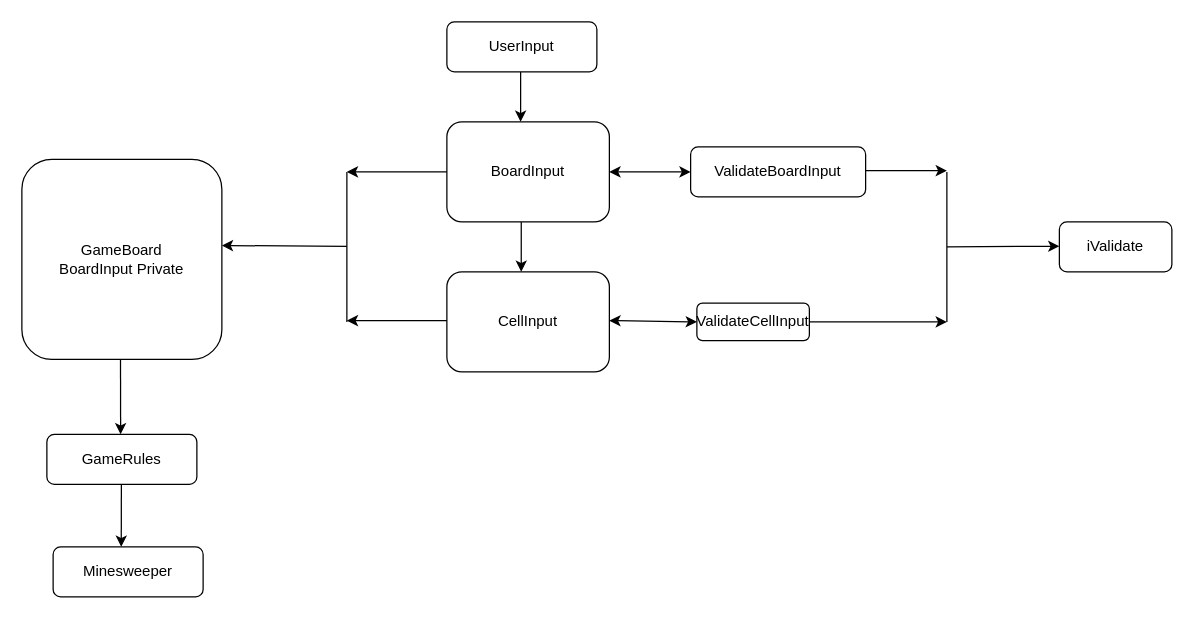
Earlier version of the draw.io diagram RefactoredMinesweeperr.drawio (Sree-Vidhya/MinesweeperSimple). Source tidied: cells renumbered, new cells numbered last; positions are measured from the earlier drawing's top-left corner, leaving out a move shared by most shapes. Both pictures are drawn from the tidied source at 125%, with x=0, y=0 at pixel (21, 21).
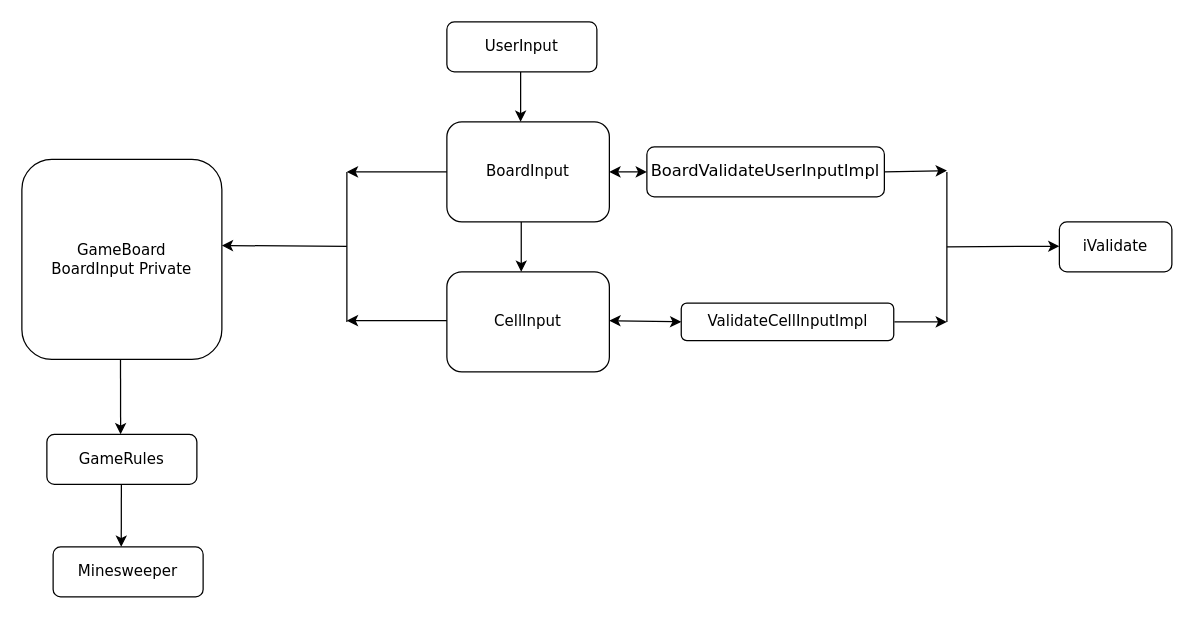
The same diagram, later.

Diff of the diagram source:
```diff
@@
-    <mxCell id="2" value="BoardInput" style="rounded=1;whiteSpace=wrap;html=1;" parent="1" vertex="1">
+    <mxCell id="2" value="&lt;font face=&quot;Verdana&quot;&gt;BoardInput&lt;/font&gt;" style="rounded=1;whiteSpace=wrap;html=1;" parent="1" vertex="1">
       <mxGeometry x="340" y="80" width="130" height="80" as="geometry" />
     </mxCell>
-    <mxCell id="3" value="UserInput" style="rounded=1;whiteSpace=wrap;html=1;" parent="1" vertex="1">
+    <mxCell id="3" value="&lt;font face=&quot;Verdana&quot;&gt;UserInput&lt;/font&gt;" style="rounded=1;whiteSpace=wrap;html=1;" parent="1" vertex="1">
       <mxGeometry x="340" width="120" height="40" as="geometry" />
     </mxCell>
@@
-    <mxCell id="5" value="CellInput" style="rounded=1;whiteSpace=wrap;html=1;" parent="1" vertex="1">
+    <mxCell id="5" value="&lt;font face=&quot;Verdana&quot;&gt;CellInput&lt;/font&gt;" style="rounded=1;whiteSpace=wrap;html=1;" parent="1" vertex="1">
       <mxGeometry x="340" y="200" width="130" height="80" as="geometry" />
     </mxCell>
@@
-    <mxCell id="7" value="iValidate" style="rounded=1;whiteSpace=wrap;html=1;" parent="1" vertex="1">
+    <mxCell id="7" value="&lt;font face=&quot;Verdana&quot;&gt;iValidate&lt;/font&gt;" style="rounded=1;whiteSpace=wrap;html=1;" parent="1" vertex="1">
       <mxGeometry x="830" y="160" width="90" height="40" as="geometry" />
     </mxCell>
-    <mxCell id="8" value="ValidateBoardInput" style="rounded=1;whiteSpace=wrap;html=1;" parent="1" vertex="1">
-      <mxGeometry x="535" y="100" width="140" height="40" as="geometry" />
+    <mxCell id="8" value="&lt;pre style=&quot;background-color: rgb(255 , 255 , 255) ; color: rgb(0 , 0 , 0) ; font-size: 9.8pt&quot;&gt;&lt;font face=&quot;Verdana&quot;&gt;BoardValidateUserInputImpl&lt;/font&gt;&lt;/pre&gt;" style="rounded=1;whiteSpace=wrap;html=1;" parent="1" vertex="1">
+      <mxGeometry x="500" y="100" width="190" height="40" as="geometry" />
     </mxCell>
-    <mxCell id="9" value="ValidateCellInput" style="rounded=1;whiteSpace=wrap;html=1;" parent="1" vertex="1">
-      <mxGeometry x="540" y="225" width="90" height="30" as="geometry" />
+    <mxCell id="9" value="&lt;pre style=&quot;background-color: rgb(255 , 255 , 255) ; color: rgb(0 , 0 , 0) ; font-size: 9pt&quot;&gt;&lt;font face=&quot;Verdana&quot;&gt;ValidateCellInputImpl&lt;/font&gt;&lt;/pre&gt;" style="rounded=1;whiteSpace=wrap;html=1;" parent="1" vertex="1">
+      <mxGeometry x="527.5" y="225" width="170" height="30" as="geometry" />
     </mxCell>
@@
-    <mxCell id="14" style="endArrow=classic;html=1;" parent="1" edge="1">
+    <mxCell id="14" style="endArrow=classic;html=1;exitX=1;exitY=0.5;exitDx=0;exitDy=0;" parent="1" edge="1" source="8">
       <mxGeometry relative="1" as="geometry">
-        <mxPoint x="675" y="119" as="sourcePoint" />
         <mxPoint x="740" y="119" as="targetPoint" />
       </mxGeometry>
     </mxCell>
-    <mxCell id="15" style="endArrow=classic;html=1;exitX=1;exitY=0.5;exitDx=0;exitDy=0;" parent="1" edge="1" source="9">
+    <mxCell id="15" style="endArrow=classic;html=1;" parent="1" edge="1">
       <mxGeometry relative="1" as="geometry">
+        <mxPoint x="698" y="240" as="sourcePoint" />
         <mxPoint x="740" y="240" as="targetPoint" />
       </mxGeometry>
     </mxCell>
-    <mxCell id="16" value="&lt;div&gt;GameBoard&lt;/div&gt;&lt;div&gt;BoardInput Private&lt;br&gt;&lt;/div&gt;" style="rounded=1;whiteSpace=wrap;html=1;" parent="1" vertex="1">
+    <mxCell id="16" value="&lt;div&gt;&lt;font face=&quot;Verdana&quot;&gt;GameBoard&lt;/font&gt;&lt;/div&gt;&lt;div&gt;&lt;font face=&quot;Verdana&quot;&gt;BoardInput Private&lt;br&gt;&lt;/font&gt;&lt;/div&gt;" style="rounded=1;whiteSpace=wrap;html=1;" parent="1" vertex="1">
       <mxGeometry y="110" width="160" height="160" as="geometry" />
     </mxCell>
@@
-    <mxCell id="21" value="GameRules" style="rounded=1;whiteSpace=wrap;html=1;" parent="1" vertex="1">
+    <mxCell id="21" value="&lt;font face=&quot;Verdana&quot;&gt;GameRules&lt;/font&gt;" style="rounded=1;whiteSpace=wrap;html=1;" parent="1" vertex="1">
       <mxGeometry x="20" y="330" width="120" height="40" as="geometry" />
     </mxCell>
@@
-    <mxCell id="23" value="Minesweeper" style="rounded=1;whiteSpace=wrap;html=1;" parent="1" vertex="1">
+    <mxCell id="23" value="&lt;font face=&quot;Verdana&quot;&gt;Minesweeper&lt;/font&gt;" style="rounded=1;whiteSpace=wrap;html=1;" parent="1" vertex="1">
       <mxGeometry x="25" y="420" width="120" height="40" as="geometry" />
     </mxCell>
```
